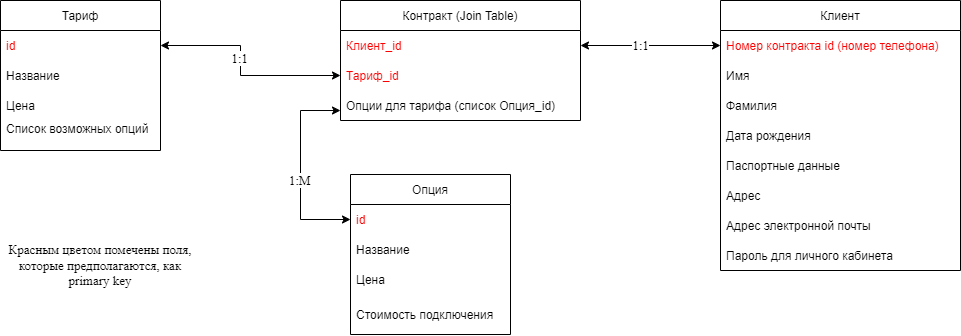
Above: database/database_scheme.png in mrKust/MobileOperatorJavaSchoolT (draw.io), before the change. Source tidied: cells renumbered, new cells last; positions are measured from the earlier drawing's top-left corner, leaving out a move shared by most shapes.
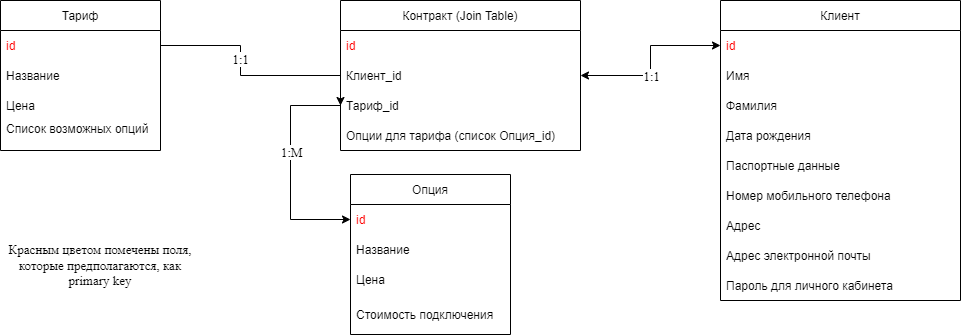
Above is the later version.

Change to the diagram source:
```diff
@@ -33,9 +33,9 @@
       <mxGeometry y="120" width="160" height="40" as="geometry" />
     </mxCell>
     <mxCell id="12" value="Клиент" style="swimlane;fontStyle=0;horizontal=1;startSize=30;fontColor=#000000;" parent="1" vertex="1">
-      <mxGeometry x="720" width="240" height="270" as="geometry" />
+      <mxGeometry x="720" width="240" height="300" as="geometry" />
     </mxCell>
-    <mxCell id="13" value="Номер контракта id (номер телефона)" style="text;strokeColor=none;fillColor=none;align=left;verticalAlign=middle;spacingLeft=4;spacingRight=4;overflow=hidden;points=[[0,0.5],[1,0.5]];portConstraint=eastwest;fontColor=#FF0000;" parent="12" vertex="1">
+    <mxCell id="13" value="id" style="text;strokeColor=none;fillColor=none;align=left;verticalAlign=middle;spacingLeft=4;spacingRight=4;overflow=hidden;points=[[0,0.5],[1,0.5]];portConstraint=eastwest;fontColor=#FF0000;" parent="12" vertex="1">
       <mxGeometry y="30" width="240" height="30" as="geometry" />
     </mxCell>
     <mxCell id="14" value="Имя" style="text;strokeColor=none;fillColor=none;align=left;verticalAlign=middle;spacingLeft=4;spacingRight=4;overflow=hidden;fontColor=#000000;" parent="12" vertex="1">
@@ -50,28 +50,34 @@
     <mxCell id="17" value="Паспортные данные" style="text;strokeColor=none;fillColor=none;align=left;verticalAlign=middle;spacingLeft=4;spacingRight=4;overflow=hidden;fontColor=#000000;" parent="12" vertex="1">
       <mxGeometry y="150" width="240" height="30" as="geometry" />
     </mxCell>
+    <mxCell id="32" value="Номер мобильного телефона" style="text;strokeColor=none;fillColor=none;align=left;verticalAlign=middle;spacingLeft=4;spacingRight=4;overflow=hidden;fontColor=#000000;" parent="12" vertex="1">
+      <mxGeometry y="180" width="240" height="30" as="geometry" />
+    </mxCell>
     <mxCell id="18" value="Адрес" style="text;strokeColor=none;fillColor=none;align=left;verticalAlign=middle;spacingLeft=4;spacingRight=4;overflow=hidden;fontColor=#000000;" parent="12" vertex="1">
-      <mxGeometry y="180" width="240" height="30" as="geometry" />
+      <mxGeometry y="210" width="240" height="30" as="geometry" />
     </mxCell>
     <mxCell id="19" value="Адрес электронной почты" style="text;strokeColor=none;fillColor=none;align=left;verticalAlign=middle;spacingLeft=4;spacingRight=4;overflow=hidden;fontColor=#000000;" parent="12" vertex="1">
-      <mxGeometry y="210" width="240" height="30" as="geometry" />
+      <mxGeometry y="240" width="240" height="30" as="geometry" />
     </mxCell>
     <mxCell id="20" value="Пароль для личного кабинета" style="text;strokeColor=none;fillColor=none;align=left;verticalAlign=middle;spacingLeft=4;spacingRight=4;overflow=hidden;fontColor=#000000;" parent="12" vertex="1">
-      <mxGeometry y="240" width="240" height="30" as="geometry" />
+      <mxGeometry y="270" width="240" height="30" as="geometry" />
     </mxCell>
     <mxCell id="21" value="Контракт (Join Table)" style="swimlane;fontStyle=0;horizontal=1;startSize=30;fontColor=#000000;" parent="1" vertex="1">
-      <mxGeometry x="340" width="240" height="120" as="geometry" />
+      <mxGeometry x="340" width="240" height="150" as="geometry" />
     </mxCell>
+    <mxCell id="33" value="id" style="text;strokeColor=none;fillColor=none;align=left;verticalAlign=middle;spacingLeft=4;spacingRight=4;overflow=hidden;fontColor=#FF0000;" parent="21" vertex="1">
+      <mxGeometry y="30" width="240" height="30" as="geometry" />
+    </mxCell>
-    <mxCell id="22" value="Клиент_id" style="text;strokeColor=none;fillColor=none;align=left;verticalAlign=middle;spacingLeft=4;spacingRight=4;overflow=hidden;points=[[0,0.5],[1,0.5]];portConstraint=eastwest;fontColor=#FF0000;" parent="21" vertex="1">
-      <mxGeometry y="30" width="240" height="30" as="geometry" />
+    <mxCell id="22" value="Клиент_id" style="text;strokeColor=none;fillColor=none;align=left;verticalAlign=middle;spacingLeft=4;spacingRight=4;overflow=hidden;points=[[0,0.5],[1,0.5]];portConstraint=eastwest;fontColor=#000000;" parent="21" vertex="1">
+      <mxGeometry y="60" width="240" height="30" as="geometry" />
     </mxCell>
-    <mxCell id="23" value="Тариф_id" style="text;strokeColor=none;fillColor=none;align=left;verticalAlign=middle;spacingLeft=4;spacingRight=4;overflow=hidden;points=[[0,0.5],[1,0.5]];portConstraint=eastwest;fontColor=#FF0000;" parent="21" vertex="1">
-      <mxGeometry y="60" width="240" height="30" as="geometry" />
+    <mxCell id="23" value="Тариф_id" style="text;strokeColor=none;fillColor=none;align=left;verticalAlign=middle;spacingLeft=4;spacingRight=4;overflow=hidden;points=[[0,0.5],[1,0.5]];portConstraint=eastwest;fontColor=#000000;" parent="21" vertex="1">
+      <mxGeometry y="90" width="240" height="30" as="geometry" />
     </mxCell>
     <mxCell id="24" value="Опции для тарифа (список Опция_id)" style="text;strokeColor=none;fillColor=none;align=left;verticalAlign=middle;spacingLeft=4;spacingRight=4;overflow=hidden;points=[[0,0.5],[1,0.5]];portConstraint=eastwest;fontColor=#000000;" parent="21" vertex="1">
-      <mxGeometry y="90" width="240" height="30" as="geometry" />
+      <mxGeometry y="120" width="240" height="30" as="geometry" />
     </mxCell>
-    <mxCell id="25" style="endArrow=classic;startArrow=classic;html=1;rounded=0;fontColor=#FF0000;exitX=1;exitY=0.5;exitDx=0;exitDy=0;entryX=0;entryY=0.5;entryDx=0;entryDy=0;fontFamily=Times New Roman;fontSize=13;edgeStyle=orthogonalEdgeStyle;" parent="1" edge="1" source="3" target="23">
+    <mxCell id="25" style="endArrow=classic;startArrow=none;html=1;rounded=0;fontColor=#FF0000;exitX=1;exitY=0.5;exitDx=0;exitDy=0;entryX=0;entryY=0.5;entryDx=0;entryDy=0;fontFamily=Times New Roman;fontSize=13;edgeStyle=orthogonalEdgeStyle;startFill=0;" parent="1" edge="1" source="3" target="23">
       <mxGeometry relative="1" as="geometry">
         <Array as="points">
           <mxPoint x="240" y="45" />
@@ -79,7 +85,7 @@
         </Array>
       </mxGeometry>
     </mxCell>
-    <mxCell id="26" style="endArrow=classic;startArrow=classic;html=1;rounded=0;fontFamily=Times New Roman;fontSize=13;fontColor=#000000;entryX=0;entryY=0.5;entryDx=0;entryDy=0;exitX=1;exitY=0.5;exitDx=0;exitDy=0;" parent="1" edge="1" source="22" target="13">
+    <mxCell id="26" style="endArrow=classic;startArrow=classic;html=1;rounded=0;fontFamily=Times New Roman;fontSize=13;fontColor=#000000;entryX=0;entryY=0.5;entryDx=0;entryDy=0;exitX=1;exitY=0.5;exitDx=0;exitDy=0;edgeStyle=orthogonalEdgeStyle;" parent="1" edge="1" source="22" target="13">
       <mxGeometry relative="1" as="geometry" />
     </mxCell>
     <mxCell id="27" value="1:1" style="edgeLabel;html=1;align=center;verticalAlign=middle;fontSize=13;fontFamily=Times New Roman;fontColor=#000000;" parent="26" vertex="1">
@@ -90,21 +96,21 @@
     <mxCell id="28" value="1:1" style="edgeLabel;html=1;align=center;verticalAlign=middle;fontSize=13;fontFamily=Times New Roman;fontColor=#000000;" parent="1" vertex="1">
       <mxGeometry x="239" y="58" as="geometry" />
     </mxCell>
+    <mxCell id="31" value="Красным цветом помечены поля, которые предполагаются, как primary key" style="text;html=1;strokeColor=none;fillColor=none;align=center;verticalAlign=middle;whiteSpace=wrap;rounded=0;fontFamily=Times New Roman;fontSize=13;fontColor=#000000;" parent="1" vertex="1">
+      <mxGeometry y="250" width="200" height="30" as="geometry" />
+    </mxCell>
-    <mxCell id="29" style="endArrow=classic;startArrow=classic;html=1;rounded=0;fontFamily=Times New Roman;fontSize=13;fontColor=#000000;exitX=0;exitY=0.667;exitDx=0;exitDy=0;entryX=0;entryY=0.5;entryDx=0;entryDy=0;edgeStyle=orthogonalEdgeStyle;exitPerimeter=0;" parent="1" edge="1" source="24" target="8">
+    <mxCell id="29" style="endArrow=classic;html=1;rounded=0;entryX=0;entryY=0.5;entryDx=0;entryDy=0;exitX=0;exitY=0.5;exitDx=0;exitDy=0;edgeStyle=orthogonalEdgeStyle;fontFamily=Times New Roman;" parent="1" edge="1" source="24" target="8">
       <mxGeometry relative="1" as="geometry">
         <Array as="points">
-          <mxPoint x="300" y="110" />
-          <mxPoint x="300" y="219" />
+          <mxPoint x="290" y="105" />
+          <mxPoint x="290" y="219" />
         </Array>
       </mxGeometry>
     </mxCell>
-    <mxCell id="30" value="1:M" style="edgeLabel;html=1;align=center;verticalAlign=middle;fontSize=13;fontFamily=Times New Roman;fontColor=#000000;" parent="29" vertex="1">
-      <mxGeometry x="-0.33" y="-2" relative="1" as="geometry">
-        <mxPoint x="1" y="43" as="offset" />
+    <mxCell id="30" value="&lt;font style=&quot;font-size: 13px&quot;&gt;1:M&lt;/font&gt;" style="edgeLabel;html=1;align=center;verticalAlign=middle;fontFamily=Times New Roman;" parent="29" vertex="1">
+      <mxGeometry x="0.1" y="-4" relative="1" as="geometry">
+        <mxPoint x="4" y="-13" as="offset" />
       </mxGeometry>
     </mxCell>
-    <mxCell id="31" value="Красным цветом помечены поля, которые предполагаются, как primary key" style="text;html=1;strokeColor=none;fillColor=none;align=center;verticalAlign=middle;whiteSpace=wrap;rounded=0;fontFamily=Times New Roman;fontSize=13;fontColor=#000000;" parent="1" vertex="1">
-      <mxGeometry y="250" width="200" height="30" as="geometry" />
-    </mxCell>
   </root>
 </mxGraphModel>
```
